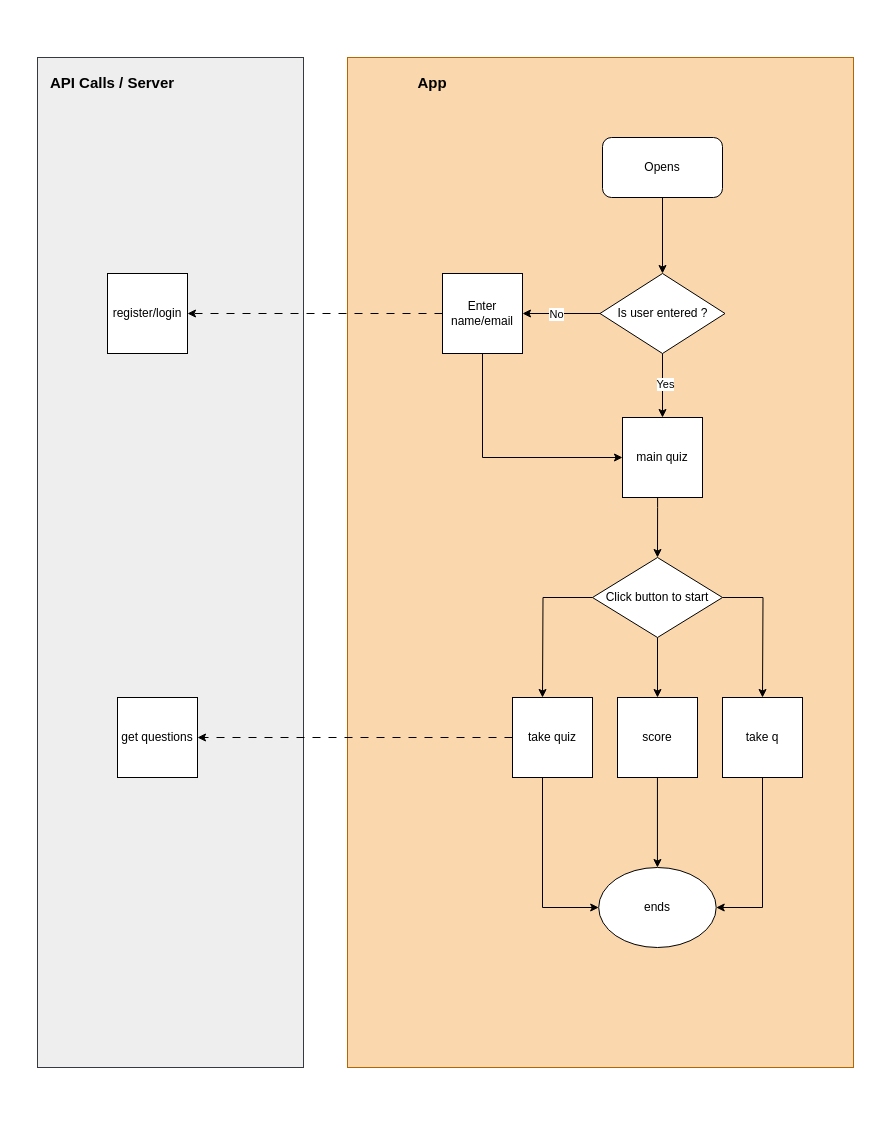
Before: quizgameFlow.drawio in martinsbuchi2/alx_capstone_project, a draw.io diagram. Source tidied: cells renumbered, new cells numbered last; positions are measured from the earlier drawing's top-left corner, leaving out a move shared by most shapes. Both pictures are drawn from the tidied source at 100%, with x=0, y=0 at pixel (37, 57).
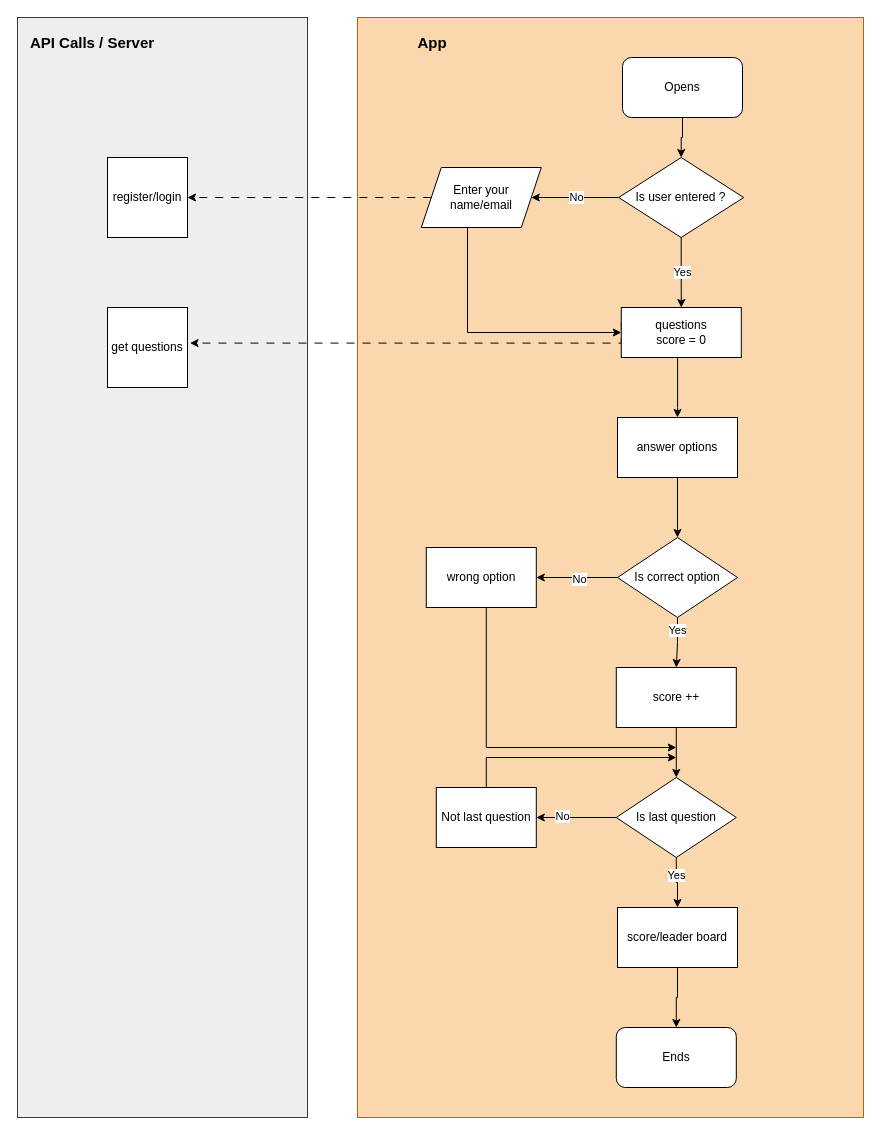
The same page after the edit.

Diff of the diagram source:
```diff
@@
     <mxCell id="2" style="rounded=0;whiteSpace=wrap;html=1;fillColor=#eeeeee;strokeColor=#36393d;" parent="1" vertex="1">
-      <mxGeometry width="266" height="1010" as="geometry" />
+      <mxGeometry x="-20" y="-40" width="290" height="1100" as="geometry" />
     </mxCell>
     <mxCell id="3" style="rounded=0;whiteSpace=wrap;html=1;fillColor=#fad7ac;strokeColor=#b46504;" parent="1" vertex="1">
-      <mxGeometry x="310" width="506" height="1010" as="geometry" />
+      <mxGeometry x="320" y="-40" width="506" height="1100" as="geometry" />
     </mxCell>
@@
     <mxCell id="5" value="Opens" style="rounded=1;whiteSpace=wrap;html=1;" parent="1" vertex="1">
-      <mxGeometry x="565" y="80" width="120" height="60" as="geometry" />
+      <mxGeometry x="585" width="120" height="60" as="geometry" />
     </mxCell>
-    <mxCell id="6" style="edgeStyle=orthogonalEdgeStyle;rounded=0;jettySize=auto;html=1;entryX=0.5;entryY=0;entryDx=0;entryDy=0;" parent="1" edge="1" source="10" target="24">
-      <mxGeometry relative="1" as="geometry" />
-    </mxCell>
-    <mxCell id="7" value="Yes" style="edgeLabel;html=1;align=center;verticalAlign=middle;" parent="6" vertex="1">
-      <mxGeometry x="-0.03" y="2" relative="1" as="geometry">
-        <mxPoint y="-1" as="offset" />
-      </mxGeometry>
-    </mxCell>
-    <mxCell id="8" style="edgeStyle=orthogonalEdgeStyle;rounded=0;jettySize=auto;html=1;entryX=1;entryY=0.5;entryDx=0;entryDy=0;" parent="1" edge="1" source="10" target="27">
-      <mxGeometry relative="1" as="geometry" />
-    </mxCell>
-    <mxCell id="9" value="No" style="edgeLabel;html=1;align=center;verticalAlign=middle;" parent="8" vertex="1">
-      <mxGeometry x="0.13" relative="1" as="geometry" />
-    </mxCell>
+    <mxCell id="32" style="edgeStyle=orthogonalEdgeStyle;rounded=0;jettySize=auto;html=1;" parent="1" edge="1" source="10" target="59">
+      <mxGeometry relative="1" as="geometry" />
+    </mxCell>
+    <mxCell id="33" value="No" style="edgeLabel;html=1;align=center;verticalAlign=middle;" parent="32" vertex="1">
+      <mxGeometry x="-0.01" y="-1" relative="1" as="geometry" />
+    </mxCell>
+    <mxCell id="34" style="edgeStyle=orthogonalEdgeStyle;rounded=0;jettySize=auto;html=1;" parent="1" edge="1" source="10" target="56">
+      <mxGeometry relative="1" as="geometry" />
+    </mxCell>
+    <mxCell id="35" value="Yes" style="edgeLabel;html=1;align=center;verticalAlign=middle;" parent="34" vertex="1">
+      <mxGeometry x="-0.03" y="1" relative="1" as="geometry" />
+    </mxCell>
     <mxCell id="10" value="Is user entered ?" style="rhombus;whiteSpace=wrap;html=1;" parent="1" vertex="1">
-      <mxGeometry x="562.5" y="216" width="125" height="80" as="geometry" />
+      <mxGeometry x="581.2" y="100" width="125" height="80" as="geometry" />
     </mxCell>
-    <mxCell id="11" style="edgeStyle=orthogonalEdgeStyle;rounded=0;jettySize=auto;html=1;entryX=0.5;entryY=0;entryDx=0;entryDy=0;" parent="1" edge="1" target="15">
+    <mxCell id="11" style="edgeStyle=orthogonalEdgeStyle;rounded=0;jettySize=auto;html=1;entryX=0.5;entryY=0;entryDx=0;entryDy=0;" parent="1" edge="1" target="54">
       <mxGeometry relative="1" as="geometry">
-        <mxPoint x="620.1" y="430" as="sourcePoint" />
+        <mxPoint x="640.1" y="260" as="sourcePoint" />
         <Array as="points">
-          <mxPoint x="620" y="450" />
-          <mxPoint x="620" y="450" />
+          <mxPoint x="640" y="350" />
         </Array>
       </mxGeometry>
     </mxCell>
-    <mxCell id="12" style="edgeStyle=orthogonalEdgeStyle;rounded=0;jettySize=auto;html=1;" parent="1" edge="1" source="15">
-      <mxGeometry relative="1" as="geometry">
-        <mxPoint x="505" y="640" as="targetPoint" />
-      </mxGeometry>
-    </mxCell>
-    <mxCell id="13" style="edgeStyle=orthogonalEdgeStyle;rounded=0;jettySize=auto;html=1;" parent="1" edge="1" source="15">
-      <mxGeometry relative="1" as="geometry">
-        <mxPoint x="725" y="640" as="targetPoint" />
-      </mxGeometry>
-    </mxCell>
-    <mxCell id="14" style="edgeStyle=orthogonalEdgeStyle;rounded=0;jettySize=auto;html=1;entryX=0.5;entryY=0;entryDx=0;entryDy=0;" parent="1" edge="1" source="15" target="23">
-      <mxGeometry relative="1" as="geometry" />
-    </mxCell>
-    <mxCell id="15" value="Click button to start" style="rhombus;whiteSpace=wrap;html=1;" parent="1" vertex="1">
-      <mxGeometry x="555" y="500" width="130" height="80" as="geometry" />
-    </mxCell>
-    <mxCell id="16" style="edgeStyle=orthogonalEdgeStyle;rounded=0;jettySize=auto;html=1;entryX=0;entryY=0.5;entryDx=0;entryDy=0;" parent="1" edge="1" source="18" target="21">
-      <mxGeometry relative="1" as="geometry">
-        <Array as="points">
-          <mxPoint x="505" y="850" />
-        </Array>
-      </mxGeometry>
-    </mxCell>
-    <mxCell id="17" style="edgeStyle=orthogonalEdgeStyle;rounded=0;jettySize=auto;html=1;entryX=1;entryY=0.5;entryDx=0;entryDy=0;dashed=1;dashPattern=8 8;exitX=0;exitY=0.5;exitDx=0;exitDy=0;" parent="1" edge="1" source="18">
+    <mxCell id="17" style="edgeStyle=orthogonalEdgeStyle;rounded=0;orthogonalLoop=1;jettySize=auto;html=1;dashed=1;dashPattern=8 8;exitX=0;exitY=0.5;exitDx=0;exitDy=0;" parent="1" edge="1">
       <mxGeometry relative="1" as="geometry">
-        <mxPoint x="160" y="680" as="targetPoint" />
+        <mxPoint x="583.8" y="264.4" as="sourcePoint" />
+        <mxPoint x="152.5" y="285.6" as="targetPoint" />
+        <Array as="points">
+          <mxPoint x="583.5" y="285.6" />
+          <mxPoint x="152.5" y="285.6" />
+        </Array>
       </mxGeometry>
     </mxCell>
-    <mxCell id="18" value="take quiz" style="whiteSpace=wrap;html=1;" parent="1" vertex="1">
-      <mxGeometry x="475" y="640" width="80" height="80" as="geometry" />
-    </mxCell>
-    <mxCell id="19" style="edgeStyle=orthogonalEdgeStyle;rounded=0;jettySize=auto;html=1;entryX=1;entryY=0.5;entryDx=0;entryDy=0;" parent="1" edge="1" source="20" target="21">
-      <mxGeometry relative="1" as="geometry">
-        <Array as="points">
-          <mxPoint x="725" y="850" />
-        </Array>
-      </mxGeometry>
-    </mxCell>
-    <mxCell id="20" value="take q" style="whiteSpace=wrap;html=1;" parent="1" vertex="1">
-      <mxGeometry x="685" y="640" width="80" height="80" as="geometry" />
-    </mxCell>
-    <mxCell id="21" value="ends" style="ellipse;whiteSpace=wrap;html=1;" parent="1" vertex="1">
-      <mxGeometry x="561.2" y="810" width="117.5" height="80" as="geometry" />
-    </mxCell>
-    <mxCell id="22" style="edgeStyle=orthogonalEdgeStyle;rounded=0;jettySize=auto;html=1;entryX=0.5;entryY=0;entryDx=0;entryDy=0;" parent="1" edge="1" source="23" target="21">
-      <mxGeometry relative="1" as="geometry" />
-    </mxCell>
-    <mxCell id="23" value="score" style="whiteSpace=wrap;html=1;" parent="1" vertex="1">
-      <mxGeometry x="580" y="640" width="80" height="80" as="geometry" />
-    </mxCell>
-    <mxCell id="24" value="main quiz" style="whiteSpace=wrap;html=1;" parent="1" vertex="1">
-      <mxGeometry x="585" y="360" width="80" height="80" as="geometry" />
-    </mxCell>
+    <mxCell id="36" style="edgeStyle=orthogonalEdgeStyle;rounded=0;jettySize=auto;html=1;exitX=0.5;exitY=1;exitDx=0;exitDy=0;" parent="1" edge="1" source="55" target="48">
+      <mxGeometry relative="1" as="geometry" />
+    </mxCell>
-    <mxCell id="25" style="edgeStyle=orthogonalEdgeStyle;rounded=0;jettySize=auto;html=1;entryX=0;entryY=0.5;entryDx=0;entryDy=0;" parent="1" edge="1" source="27" target="24">
+    <mxCell id="25" style="edgeStyle=orthogonalEdgeStyle;rounded=0;jettySize=auto;html=1;entryX=0;entryY=0.5;entryDx=0;entryDy=0;exitX=0.419;exitY=0.987;exitDx=0;exitDy=0;exitPerimeter=0;" parent="1" edge="1" source="59" target="56">
       <mxGeometry relative="1" as="geometry">
         <Array as="points">
-          <mxPoint x="445" y="400" />
+          <mxPoint x="430" y="169" />
+          <mxPoint x="430" y="275" />
         </Array>
       </mxGeometry>
     </mxCell>
-    <mxCell id="26" style="edgeStyle=orthogonalEdgeStyle;rounded=0;jettySize=auto;html=1;entryX=1;entryY=0.5;entryDx=0;entryDy=0;dashed=1;dashPattern=8 8;" parent="1" edge="1" source="27" target="29">
-      <mxGeometry relative="1" as="geometry" />
+    <mxCell id="26" style="edgeStyle=orthogonalEdgeStyle;rounded=0;jettySize=auto;html=1;entryX=1;entryY=0.5;entryDx=0;entryDy=0;dashed=1;dashPattern=8 8;" parent="1" edge="1" source="59" target="29">
+      <mxGeometry relative="1" as="geometry">
+        <Array as="points">
+          <mxPoint x="150" y="140" />
+        </Array>
+      </mxGeometry>
     </mxCell>
-    <mxCell id="27" value="Enter name/email" style="whiteSpace=wrap;html=1;" parent="1" vertex="1">
-      <mxGeometry x="405" y="216" width="80" height="80" as="geometry" />
-    </mxCell>
     <mxCell id="28" value="get questions" style="whiteSpace=wrap;html=1;" parent="1" vertex="1">
-      <mxGeometry x="80" y="640" width="80" height="80" as="geometry" />
+      <mxGeometry x="70" y="250" width="80" height="80" as="geometry" />
     </mxCell>
     <mxCell id="29" value="register/login" style="whiteSpace=wrap;html=1;" parent="1" vertex="1">
-      <mxGeometry x="70" y="216" width="80" height="80" as="geometry" />
+      <mxGeometry x="70" y="100" width="80" height="80" as="geometry" />
     </mxCell>
     <mxCell id="30" value="&lt;b&gt;&lt;font style=&quot;font-size: 15px;&quot;&gt;API Calls / Server&lt;/font&gt;&lt;/b&gt;" style="text;html=1;strokeColor=none;fillColor=none;align=center;verticalAlign=middle;whiteSpace=wrap;rounded=0;" parent="1" vertex="1">
-      <mxGeometry x="10" y="10" width="130" height="30" as="geometry" />
+      <mxGeometry x="-10" y="-30" width="130" height="30" as="geometry" />
     </mxCell>
     <mxCell id="31" value="&lt;b&gt;&lt;font style=&quot;font-size: 15px;&quot;&gt;App&lt;/font&gt;&lt;/b&gt;" style="text;html=1;strokeColor=none;fillColor=none;align=center;verticalAlign=middle;whiteSpace=wrap;rounded=0;" parent="1" vertex="1">
-      <mxGeometry x="330" y="10" width="130" height="30" as="geometry" />
+      <mxGeometry x="330" y="-30" width="130" height="30" as="geometry" />
     </mxCell>
+    <mxCell id="37" style="edgeStyle=orthogonalEdgeStyle;rounded=0;jettySize=auto;html=1;" parent="1" edge="1" source="41" target="43">
+      <mxGeometry relative="1" as="geometry" />
+    </mxCell>
+    <mxCell id="38" value="No" style="edgeLabel;html=1;align=center;verticalAlign=middle;" parent="37" vertex="1">
+      <mxGeometry x="-0.04" y="1" relative="1" as="geometry" />
+    </mxCell>
+    <mxCell id="39" style="edgeStyle=orthogonalEdgeStyle;rounded=0;jettySize=auto;html=1;" parent="1" edge="1" source="41">
+      <mxGeometry relative="1" as="geometry">
+        <mxPoint x="638.8" y="610" as="targetPoint" />
+      </mxGeometry>
+    </mxCell>
+    <mxCell id="40" value="Yes" style="edgeLabel;html=1;align=center;verticalAlign=middle;" parent="39" vertex="1">
+      <mxGeometry x="-0.48" y="-1" relative="1" as="geometry">
+        <mxPoint y="-1" as="offset" />
+      </mxGeometry>
+    </mxCell>
+    <mxCell id="41" value="Is correct option" style="rhombus;whiteSpace=wrap;html=1;" parent="1" vertex="1">
+      <mxGeometry x="580" y="480" width="120" height="80" as="geometry" />
+    </mxCell>
+    <mxCell id="42" style="edgeStyle=orthogonalEdgeStyle;rounded=0;jettySize=auto;html=1;" parent="1" edge="1" source="43">
+      <mxGeometry relative="1" as="geometry">
+        <mxPoint x="638.8" y="690" as="targetPoint" />
+        <Array as="points">
+          <mxPoint x="448.8" y="690" />
+        </Array>
+      </mxGeometry>
+    </mxCell>
+    <mxCell id="43" value="wrong option" style="whiteSpace=wrap;html=1;" parent="1" vertex="1">
+      <mxGeometry x="388.8" y="490" width="110" height="60" as="geometry" />
+    </mxCell>
+    <mxCell id="44" style="edgeStyle=orthogonalEdgeStyle;rounded=0;jettySize=auto;html=1;" parent="1" edge="1" source="48" target="50">
+      <mxGeometry relative="1" as="geometry" />
+    </mxCell>
+    <mxCell id="45" value="No" style="edgeLabel;html=1;align=center;verticalAlign=middle;" parent="44" vertex="1">
+      <mxGeometry x="0.34" y="-2" relative="1" as="geometry" />
+    </mxCell>
+    <mxCell id="46" style="edgeStyle=orthogonalEdgeStyle;rounded=0;jettySize=auto;html=1;" parent="1" edge="1" source="48" target="52">
+      <mxGeometry relative="1" as="geometry" />
+    </mxCell>
+    <mxCell id="47" value="Yes" style="edgeLabel;html=1;align=center;verticalAlign=middle;" parent="46" vertex="1">
+      <mxGeometry x="-0.33" relative="1" as="geometry" />
+    </mxCell>
+    <mxCell id="48" value="Is last question" style="rhombus;whiteSpace=wrap;html=1;" parent="1" vertex="1">
+      <mxGeometry x="578.8" y="720" width="120" height="80" as="geometry" />
+    </mxCell>
+    <mxCell id="49" style="edgeStyle=orthogonalEdgeStyle;rounded=0;orthogonalLoop=1;jettySize=auto;html=1;" parent="1" edge="1">
+      <mxGeometry relative="1" as="geometry">
+        <mxPoint x="448.8" y="740" as="sourcePoint" />
+        <mxPoint x="638.8" y="700" as="targetPoint" />
+        <Array as="points">
+          <mxPoint x="448.8" y="700" />
+        </Array>
+      </mxGeometry>
+    </mxCell>
+    <mxCell id="50" value="Not last question" style="whiteSpace=wrap;html=1;" parent="1" vertex="1">
+      <mxGeometry x="398.8" y="730" width="100" height="60" as="geometry" />
+    </mxCell>
+    <mxCell id="51" style="edgeStyle=orthogonalEdgeStyle;rounded=0;jettySize=auto;html=1;" parent="1" edge="1" source="52" target="57">
+      <mxGeometry relative="1" as="geometry" />
+    </mxCell>
+    <mxCell id="52" value="score/leader board" style="whiteSpace=wrap;html=1;" parent="1" vertex="1">
+      <mxGeometry x="580" y="850" width="120" height="60" as="geometry" />
+    </mxCell>
+    <mxCell id="53" style="edgeStyle=orthogonalEdgeStyle;rounded=0;jettySize=auto;html=1;" parent="1" edge="1" source="54" target="41">
+      <mxGeometry relative="1" as="geometry" />
+    </mxCell>
+    <mxCell id="54" value="answer options" style="rounded=0;whiteSpace=wrap;html=1;" parent="1" vertex="1">
+      <mxGeometry x="580" y="360" width="120" height="60" as="geometry" />
+    </mxCell>
+    <mxCell id="55" value="score ++" style="whiteSpace=wrap;html=1;" parent="1" vertex="1">
+      <mxGeometry x="578.8" y="610" width="120" height="60" as="geometry" />
+    </mxCell>
+    <mxCell id="56" value="questions&lt;br&gt;score = 0" style="whiteSpace=wrap;html=1;" parent="1" vertex="1">
+      <mxGeometry x="583.8" y="250" width="120" height="50" as="geometry" />
+    </mxCell>
+    <mxCell id="57" value="Ends" style="rounded=1;whiteSpace=wrap;html=1;" parent="1" vertex="1">
+      <mxGeometry x="578.8" y="970" width="120" height="60" as="geometry" />
+    </mxCell>
+    <mxCell id="58" style="edgeStyle=orthogonalEdgeStyle;rounded=0;jettySize=auto;html=1;entryX=1;entryY=0.5;entryDx=0;entryDy=0;dashed=1;dashPattern=8 8;" parent="1" edge="1" target="59">
+      <mxGeometry relative="1" as="geometry">
+        <mxPoint x="450" y="130" as="sourcePoint" />
+        <Array as="points">
+          <mxPoint x="450" y="140" />
+        </Array>
+      </mxGeometry>
+    </mxCell>
+    <mxCell id="59" value="Enter your name/email" style="shape=parallelogram;perimeter=parallelogramPerimeter;whiteSpace=wrap;html=1;fixedSize=1;" parent="1" vertex="1">
+      <mxGeometry x="383.8" y="110" width="120" height="60" as="geometry" />
+    </mxCell>
```
